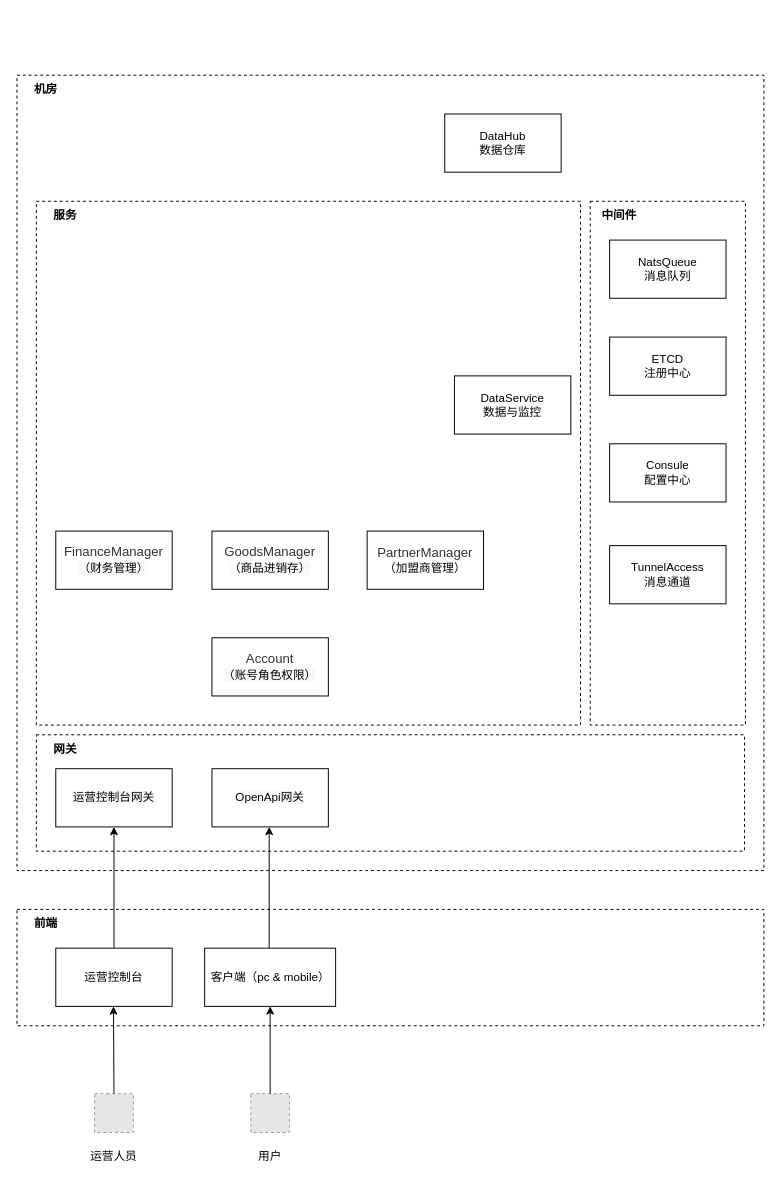
The draw.io diagram saas Diagram.drawio in gaoyong06/saas, before the edit. Source tidied: cells renumbered, new cells numbered last; positions are measured from the earlier drawing's top-left corner, leaving out a move shared by most shapes. Both pictures are drawn from the tidied source at 97%, with x=0, y=0 at pixel (16, 75). Pictures stored in the file or linked from it are replaced by grey dashed boxes.
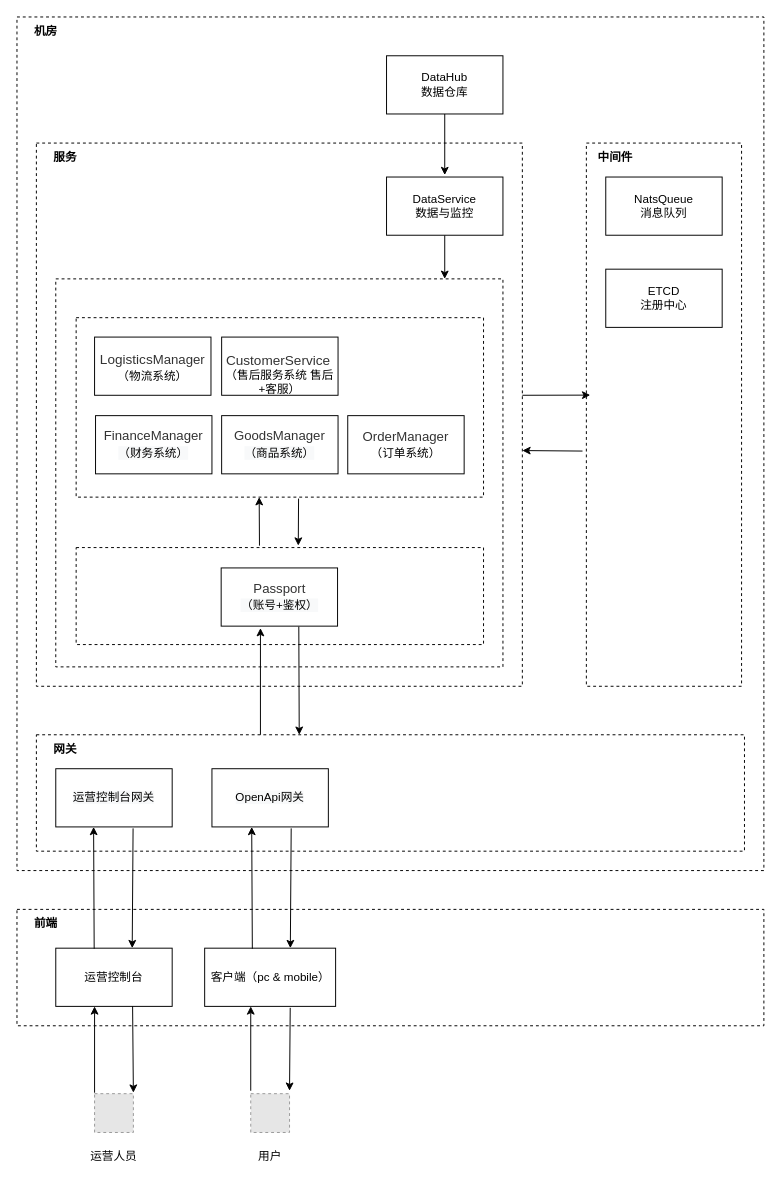
After the change.

Unchanged cells that the change refers to:
```xml
<mxCell id="2" style="rounded=0;whiteSpace=wrap;html=1;dashed=1;" parent="1" vertex="1">
  <mxGeometry y="860" width="770" height="120" as="geometry" />
</mxCell>
<mxCell id="4" value="运营控制台" style="rounded=0;whiteSpace=wrap;html=1;" parent="1" vertex="1">
  <mxGeometry x="40" y="900" width="120" height="60" as="geometry" />
</mxCell>
<mxCell id="5" value="客户端（pc &amp;amp; mobile）" style="rounded=0;whiteSpace=wrap;html=1;" parent="1" vertex="1">
  <mxGeometry x="193.5" y="900" width="135" height="60" as="geometry" />
</mxCell>
<mxCell id="10" value="&lt;span style=&quot;color: rgb(51 , 51 , 51) ; font-family: &amp;#34;tahoma&amp;#34; , &amp;#34;microsoft yahei&amp;#34; , , , &amp;#34;malgun gothic&amp;#34; , sans-serif ; font-size: 13.6px ; line-height: 16.8px ; text-align: left ; background-color: rgb(255 , 255 , 255)&quot;&gt;&lt;span style=&quot;color: rgb(0 , 0 , 0) ; font-size: 12px ; text-align: center ; background-color: rgb(248 , 249 , 250)&quot;&gt;运营控制台网关&lt;/span&gt;&lt;br&gt;&lt;/span&gt;" style="rounded=0;whiteSpace=wrap;html=1;" parent="1" vertex="1">
  <mxGeometry x="40" y="715" width="120" height="60" as="geometry" />
</mxCell>
<mxCell id="27" style="fillColor=#E6E6E6;strokeColor=#999999;dashed=1;html=1;verticalAlign=top;verticalLabelPosition=bottom;labelBackgroundColor=#ffffff;" parent="1" vertex="1">
  <mxGeometry x="80" y="1050" width="40" height="40" as="geometry" />
</mxCell>
<mxCell id="29" style="fillColor=#E6E6E6;strokeColor=#999999;dashed=1;html=1;verticalAlign=top;verticalLabelPosition=bottom;labelBackgroundColor=#ffffff;" parent="1" vertex="1">
  <mxGeometry x="241" y="1050" width="40" height="40" as="geometry" />
</mxCell>
```

Change to the diagram source:
```diff
@@
     <mxCell id="6" style="rounded=0;whiteSpace=wrap;html=1;dashed=1;" parent="1" vertex="1">
-      <mxGeometry width="770" height="820" as="geometry" />
+      <mxGeometry y="-60" width="770" height="880" as="geometry" />
     </mxCell>
@@
     <mxCell id="8" value="机房" style="text;html=1;strokeColor=none;fillColor=none;align=center;verticalAlign=middle;whiteSpace=wrap;rounded=0;dashed=1;fontStyle=1;" parent="1" vertex="1">
-      <mxGeometry width="60" height="30" as="geometry" />
+      <mxGeometry y="-60" width="60" height="30" as="geometry" />
     </mxCell>
@@
-    <mxCell id="12" style="endArrow=classic;html=1;rounded=0;entryX=0.5;entryY=1;entryDx=0;entryDy=0;exitX=0.5;exitY=0;exitDx=0;exitDy=0;" parent="1" edge="1" source="4" target="10">
-      <mxGeometry relative="1" as="geometry" />
-    </mxCell>
     <mxCell id="13" style="rounded=0;whiteSpace=wrap;html=1;dashed=1;" parent="1" vertex="1">
-      <mxGeometry x="591" y="130" width="160" height="540" as="geometry" />
+      <mxGeometry x="587" y="70" width="160" height="560" as="geometry" />
     </mxCell>
     <mxCell id="14" value="中间件" style="text;html=1;strokeColor=none;fillColor=none;align=center;verticalAlign=middle;whiteSpace=wrap;rounded=0;dashed=1;fontStyle=1;" parent="1" vertex="1">
-      <mxGeometry x="591" y="130" width="60" height="30" as="geometry" />
+      <mxGeometry x="587" y="70" width="60" height="30" as="geometry" />
     </mxCell>
-    <mxCell id="15" value="Consule&lt;br&gt;配置中心" style="rounded=0;whiteSpace=wrap;html=1;" parent="1" vertex="1">
-      <mxGeometry x="611" y="380" width="120" height="60" as="geometry" />
-    </mxCell>
     <mxCell id="16" value="NatsQueue&lt;br&gt;消息队列" style="rounded=0;whiteSpace=wrap;html=1;" parent="1" vertex="1">
-      <mxGeometry x="611" y="170" width="120" height="60" as="geometry" />
+      <mxGeometry x="607" y="105" width="120" height="60" as="geometry" />
     </mxCell>
     <mxCell id="17" value="ETCD&lt;br&gt;注册中心" style="rounded=0;whiteSpace=wrap;html=1;" parent="1" vertex="1">
-      <mxGeometry x="611" y="270" width="120" height="60" as="geometry" />
+      <mxGeometry x="607" y="200" width="120" height="60" as="geometry" />
     </mxCell>
-    <mxCell id="18" value="TunnelAccess&lt;br&gt;消息通道" style="rounded=0;whiteSpace=wrap;html=1;" parent="1" vertex="1">
-      <mxGeometry x="611" y="485" width="120" height="60" as="geometry" />
-    </mxCell>
-    <mxCell id="19" style="endArrow=classic;html=1;rounded=0;entryX=0.5;entryY=1;entryDx=0;entryDy=0;exitX=0.5;exitY=0;exitDx=0;exitDy=0;" parent="1" edge="1">
-      <mxGeometry relative="1" as="geometry">
-        <mxPoint x="260" y="900" as="sourcePoint" />
-        <mxPoint x="260" y="775" as="targetPoint" />
-      </mxGeometry>
-    </mxCell>
-    <mxCell id="20" value="DataHub&lt;br&gt;数据仓库" style="rounded=0;whiteSpace=wrap;html=1;" parent="1" vertex="1">
-      <mxGeometry x="441" y="40" width="120" height="60" as="geometry" />
-    </mxCell>
     <mxCell id="21" style="rounded=0;whiteSpace=wrap;html=1;dashed=1;" parent="1" vertex="1">
-      <mxGeometry x="20" y="130" width="561" height="540" as="geometry" />
+      <mxGeometry x="20" y="70" width="501" height="560" as="geometry" />
     </mxCell>
     <mxCell id="22" value="服务" style="text;html=1;strokeColor=none;fillColor=none;align=center;verticalAlign=middle;whiteSpace=wrap;rounded=0;dashed=1;fontStyle=1;" parent="1" vertex="1">
-      <mxGeometry x="20" y="130" width="60" height="30" as="geometry" />
+      <mxGeometry x="20" y="70" width="60" height="30" as="geometry" />
     </mxCell>
-    <mxCell id="23" value="&lt;span style=&quot;color: rgb(51 , 51 , 51) ; font-family: &amp;#34;tahoma&amp;#34; , &amp;#34;microsoft yahei&amp;#34; , , , &amp;#34;malgun gothic&amp;#34; , sans-serif ; font-size: 13.6px ; line-height: 16.8px ; text-align: left ; background-color: rgb(255 , 255 , 255)&quot;&gt;FinanceManager&lt;br&gt;&lt;span style=&quot;color: rgb(0 , 0 , 0) ; font-size: 12px ; text-align: center ; background-color: rgb(248 , 249 , 250)&quot;&gt;（财务管理&lt;/span&gt;&lt;span style=&quot;color: rgb(0 , 0 , 0) ; font-size: 12px ; text-align: center ; background-color: rgb(248 , 249 , 250)&quot;&gt;）&lt;/span&gt;&lt;br&gt;&lt;/span&gt;" style="rounded=0;whiteSpace=wrap;html=1;" parent="1" vertex="1">
-      <mxGeometry x="40" y="470" width="120" height="60" as="geometry" />
-    </mxCell>
-    <mxCell id="24" value="&lt;span style=&quot;color: rgb(51 , 51 , 51) ; font-family: &amp;#34;tahoma&amp;#34; , &amp;#34;microsoft yahei&amp;#34; , , , &amp;#34;malgun gothic&amp;#34; , sans-serif ; font-size: 13.6px ; line-height: 16.8px ; text-align: left ; background-color: rgb(255 , 255 , 255)&quot;&gt;Account&lt;br&gt;&lt;span style=&quot;color: rgb(0 , 0 , 0) ; font-size: 12px ; text-align: center ; background-color: rgb(248 , 249 , 250)&quot;&gt;（账号角色权限&lt;/span&gt;&lt;span style=&quot;color: rgb(0 , 0 , 0) ; font-size: 12px ; text-align: center ; background-color: rgb(248 , 249 , 250)&quot;&gt;）&lt;/span&gt;&lt;br&gt;&lt;/span&gt;" style="rounded=0;whiteSpace=wrap;html=1;" parent="1" vertex="1">
-      <mxGeometry x="201" y="580" width="120" height="60" as="geometry" />
-    </mxCell>
-    <mxCell id="25" value="&lt;span style=&quot;color: rgb(51 , 51 , 51) ; font-family: &amp;#34;tahoma&amp;#34; , &amp;#34;microsoft yahei&amp;#34; , , , &amp;#34;malgun gothic&amp;#34; , sans-serif ; font-size: 13.6px ; line-height: 16.8px ; text-align: left ; background-color: rgb(255 , 255 , 255)&quot;&gt;&lt;span style=&quot;font-family: &amp;#34;tahoma&amp;#34; , &amp;#34;microsoft yahei&amp;#34; , , , &amp;#34;malgun gothic&amp;#34; , sans-serif ; font-size: 13.6px ; line-height: 16.8px&quot;&gt;GoodsManager&lt;/span&gt;&lt;br&gt;&lt;span style=&quot;color: rgb(0 , 0 , 0) ; font-size: 12px ; text-align: center ; background-color: rgb(248 , 249 , 250)&quot;&gt;（商品进销存&lt;/span&gt;&lt;span style=&quot;color: rgb(0 , 0 , 0) ; font-size: 12px ; text-align: center ; background-color: rgb(248 , 249 , 250)&quot;&gt;）&lt;/span&gt;&lt;br&gt;&lt;/span&gt;" style="rounded=0;whiteSpace=wrap;html=1;" parent="1" vertex="1">
-      <mxGeometry x="201" y="470" width="120" height="60" as="geometry" />
-    </mxCell>
-    <mxCell id="26" value="DataService&lt;br&gt;数据与监控" style="rounded=0;whiteSpace=wrap;html=1;" parent="1" vertex="1">
-      <mxGeometry x="451" y="310" width="120" height="60" as="geometry" />
-    </mxCell>
@@
-    <mxCell id="28" value="&lt;span style=&quot;color: rgb(51 , 51 , 51) ; font-family: &amp;#34;tahoma&amp;#34; , &amp;#34;microsoft yahei&amp;#34; , , , &amp;#34;malgun gothic&amp;#34; , sans-serif ; font-size: 13.6px ; line-height: 16.8px ; text-align: left ; background-color: rgb(255 , 255 , 255)&quot;&gt;PartnerManager&lt;/span&gt;&lt;br&gt;（加盟商管理）" style="rounded=0;whiteSpace=wrap;html=1;" parent="1" vertex="1">
-      <mxGeometry x="361" y="470" width="120" height="60" as="geometry" />
-    </mxCell>
@@
-    <mxCell id="30" style="endArrow=classic;html=1;rounded=0;entryX=0.5;entryY=1;entryDx=0;entryDy=0;exitX=0.5;exitY=0;exitDx=0;exitDy=0;" parent="1" edge="1" source="27">
-      <mxGeometry relative="1" as="geometry">
-        <mxPoint x="99.5" y="960" as="targetPoint" />
-      </mxGeometry>
-    </mxCell>
-    <mxCell id="31" style="endArrow=classic;html=1;rounded=0;entryX=0.5;entryY=1;entryDx=0;entryDy=0;exitX=0.5;exitY=0;exitDx=0;exitDy=0;" parent="1" edge="1" source="29" target="5">
-      <mxGeometry relative="1" as="geometry" />
-    </mxCell>
@@
+    <mxCell id="34" style="endArrow=classic;html=1;rounded=0;entryX=0.5;entryY=0;entryDx=0;entryDy=0;exitX=0.5;exitY=1;exitDx=0;exitDy=0;" parent="1" edge="1">
+      <mxGeometry relative="1" as="geometry">
+        <mxPoint x="441" y="33" as="sourcePoint" />
+        <mxPoint x="441" y="103" as="targetPoint" />
+      </mxGeometry>
+    </mxCell>
+    <mxCell id="35" style="endArrow=classic;html=1;rounded=0;entryX=0.025;entryY=0.464;entryDx=0;entryDy=0;entryPerimeter=0;" parent="1" edge="1" target="13">
+      <mxGeometry relative="1" as="geometry">
+        <mxPoint x="521" y="330" as="sourcePoint" />
+      </mxGeometry>
+    </mxCell>
+    <mxCell id="36" style="endArrow=classic;html=1;rounded=0;exitX=-0.025;exitY=0.567;exitDx=0;exitDy=0;exitPerimeter=0;" parent="1" edge="1" source="13">
+      <mxGeometry relative="1" as="geometry">
+        <mxPoint x="521" y="387" as="targetPoint" />
+      </mxGeometry>
+    </mxCell>
+    <mxCell id="37" style="endArrow=classic;html=1;rounded=0;exitX=0;exitY=0;exitDx=0;exitDy=0;" parent="1" edge="1">
+      <mxGeometry relative="1" as="geometry">
+        <mxPoint x="80" y="1049" as="sourcePoint" />
+        <mxPoint x="80" y="960" as="targetPoint" />
+      </mxGeometry>
+    </mxCell>
+    <mxCell id="38" style="endArrow=classic;html=1;rounded=0;exitX=0.66;exitY=0.996;exitDx=0;exitDy=0;exitPerimeter=0;entryX=1;entryY=0;entryDx=0;entryDy=0;" parent="1" edge="1" source="4">
+      <mxGeometry relative="1" as="geometry">
+        <mxPoint x="120" y="1049" as="targetPoint" />
+      </mxGeometry>
+    </mxCell>
+    <mxCell id="39" style="endArrow=classic;html=1;rounded=0;exitX=0;exitY=0;exitDx=0;exitDy=0;entryX=0.315;entryY=1;entryDx=0;entryDy=0;entryPerimeter=0;" parent="1" edge="1">
+      <mxGeometry relative="1" as="geometry">
+        <mxPoint x="241" y="1047" as="sourcePoint" />
+        <mxPoint x="241" y="960" as="targetPoint" />
+      </mxGeometry>
+    </mxCell>
+    <mxCell id="40" style="endArrow=classic;html=1;rounded=0;exitX=0.616;exitY=1.025;exitDx=0;exitDy=0;exitPerimeter=0;entryX=1;entryY=0;entryDx=0;entryDy=0;" parent="1" edge="1">
+      <mxGeometry relative="1" as="geometry">
+        <mxPoint x="281.7" y="961.5" as="sourcePoint" />
+        <mxPoint x="281" y="1047" as="targetPoint" />
+      </mxGeometry>
+    </mxCell>
+    <mxCell id="41" style="endArrow=classic;html=1;rounded=0;exitX=0.364;exitY=0.01;exitDx=0;exitDy=0;entryX=0.315;entryY=1;entryDx=0;entryDy=0;entryPerimeter=0;exitPerimeter=0;" parent="1" edge="1" source="5">
+      <mxGeometry relative="1" as="geometry">
+        <mxPoint x="242" y="775" as="targetPoint" />
+      </mxGeometry>
+    </mxCell>
+    <mxCell id="42" style="endArrow=classic;html=1;rounded=0;exitX=0.616;exitY=1.025;exitDx=0;exitDy=0;exitPerimeter=0;entryX=0.366;entryY=0.333;entryDx=0;entryDy=0;entryPerimeter=0;" parent="1" edge="1" target="2">
+      <mxGeometry relative="1" as="geometry">
+        <mxPoint x="282.7" y="776.5" as="sourcePoint" />
+      </mxGeometry>
+    </mxCell>
+    <mxCell id="43" style="endArrow=classic;html=1;rounded=0;exitX=0.364;exitY=0.01;exitDx=0;exitDy=0;entryX=0.315;entryY=1;entryDx=0;entryDy=0;entryPerimeter=0;exitPerimeter=0;" parent="1" edge="1">
+      <mxGeometry relative="1" as="geometry">
+        <mxPoint x="79.6" y="900.6" as="sourcePoint" />
+        <mxPoint x="79" y="775" as="targetPoint" />
+      </mxGeometry>
+    </mxCell>
+    <mxCell id="44" style="endArrow=classic;html=1;rounded=0;exitX=0.616;exitY=1.025;exitDx=0;exitDy=0;exitPerimeter=0;entryX=0.366;entryY=0.333;entryDx=0;entryDy=0;entryPerimeter=0;" parent="1" edge="1">
+      <mxGeometry relative="1" as="geometry">
+        <mxPoint x="119.7" y="776.5" as="sourcePoint" />
+        <mxPoint x="118.8" y="900" as="targetPoint" />
+      </mxGeometry>
+    </mxCell>
+    <mxCell id="45" style="rounded=0;whiteSpace=wrap;html=1;dashed=1;" parent="1" vertex="1">
+      <mxGeometry x="40" y="210" width="461" height="400" as="geometry" />
+    </mxCell>
+    <mxCell id="46" style="rounded=0;whiteSpace=wrap;html=1;dashed=1;" parent="1" vertex="1">
+      <mxGeometry x="61" y="250" width="420" height="185" as="geometry" />
+    </mxCell>
+    <mxCell id="23" value="&lt;span style=&quot;color: rgb(51 , 51 , 51) ; font-family: &amp;#34;tahoma&amp;#34; , &amp;#34;microsoft yahei&amp;#34; , , , &amp;#34;malgun gothic&amp;#34; , sans-serif ; font-size: 13.6px ; line-height: 16.8px ; text-align: left ; background-color: rgb(255 , 255 , 255)&quot;&gt;FinanceManager&lt;br&gt;&lt;span style=&quot;color: rgb(0 , 0 , 0) ; font-size: 12px ; text-align: center ; background-color: rgb(248 , 249 , 250)&quot;&gt;（财务系统&lt;/span&gt;&lt;span style=&quot;color: rgb(0 , 0 , 0) ; font-size: 12px ; text-align: center ; background-color: rgb(248 , 249 , 250)&quot;&gt;）&lt;/span&gt;&lt;br&gt;&lt;/span&gt;" style="rounded=0;whiteSpace=wrap;html=1;" parent="1" vertex="1">
+      <mxGeometry x="81" y="351" width="120" height="60" as="geometry" />
+    </mxCell>
+    <mxCell id="25" value="&lt;span style=&quot;color: rgb(51 , 51 , 51) ; font-family: &amp;#34;tahoma&amp;#34; , &amp;#34;microsoft yahei&amp;#34; , , , &amp;#34;malgun gothic&amp;#34; , sans-serif ; font-size: 13.6px ; line-height: 16.8px ; text-align: left ; background-color: rgb(255 , 255 , 255)&quot;&gt;&lt;span style=&quot;font-family: &amp;#34;tahoma&amp;#34; , &amp;#34;microsoft yahei&amp;#34; , , , &amp;#34;malgun gothic&amp;#34; , sans-serif ; font-size: 13.6px ; line-height: 16.8px&quot;&gt;GoodsManager&lt;/span&gt;&lt;br&gt;&lt;span style=&quot;color: rgb(0 , 0 , 0) ; font-size: 12px ; text-align: center ; background-color: rgb(248 , 249 , 250)&quot;&gt;（商品系统&lt;/span&gt;&lt;span style=&quot;color: rgb(0 , 0 , 0) ; font-size: 12px ; text-align: center ; background-color: rgb(248 , 249 , 250)&quot;&gt;）&lt;/span&gt;&lt;br&gt;&lt;/span&gt;" style="rounded=0;whiteSpace=wrap;html=1;" parent="1" vertex="1">
+      <mxGeometry x="211" y="351" width="120" height="60" as="geometry" />
+    </mxCell>
+    <mxCell id="28" value="&lt;span style=&quot;color: rgb(51 , 51 , 51) ; font-family: &amp;#34;tahoma&amp;#34; , &amp;#34;microsoft yahei&amp;#34; , , , &amp;#34;malgun gothic&amp;#34; , sans-serif ; font-size: 13.6px ; line-height: 16.8px ; text-align: left ; background-color: rgb(255 , 255 , 255)&quot;&gt;OrderManager&lt;/span&gt;&lt;br&gt;（订单系统）" style="rounded=0;whiteSpace=wrap;html=1;" parent="1" vertex="1">
+      <mxGeometry x="341" y="351" width="120" height="60" as="geometry" />
+    </mxCell>
+    <mxCell id="47" value="&lt;span style=&quot;color: rgb(51 , 51 , 51) ; font-family: &amp;#34;tahoma&amp;#34; , &amp;#34;microsoft yahei&amp;#34; , , , &amp;#34;malgun gothic&amp;#34; , sans-serif ; font-size: 13.6px ; line-height: 16.8px ; text-align: left ; background-color: rgb(255 , 255 , 255)&quot;&gt;&lt;span style=&quot;font-family: &amp;#34;tahoma&amp;#34; , &amp;#34;microsoft yahei&amp;#34; , , , &amp;#34;malgun gothic&amp;#34; , sans-serif ; font-size: 14px ; line-height: 21px&quot;&gt;Logistics&lt;/span&gt;Manager&lt;/span&gt;&lt;br&gt;（物流系统）" style="rounded=0;whiteSpace=wrap;html=1;" parent="1" vertex="1">
+      <mxGeometry x="80" y="270" width="120" height="60" as="geometry" />
+    </mxCell>
+    <mxCell id="48" value="&lt;div style=&quot;text-align: left&quot;&gt;&lt;span style=&quot;font-size: 14px&quot;&gt;&lt;font color=&quot;#333333&quot;&gt;&amp;nbsp; &amp;nbsp; &amp;nbsp;CustomerService&lt;/font&gt;&lt;/span&gt;&lt;/div&gt;（售后服务系统 售后+客服）" style="rounded=0;whiteSpace=wrap;html=1;" parent="1" vertex="1">
+      <mxGeometry x="211" y="270" width="120" height="60" as="geometry" />
+    </mxCell>
+    <mxCell id="49" style="rounded=0;whiteSpace=wrap;html=1;dashed=1;" parent="1" vertex="1">
+      <mxGeometry x="61" y="487" width="420" height="100" as="geometry" />
+    </mxCell>
+    <mxCell id="24" value="&lt;span style=&quot;color: rgb(51 , 51 , 51) ; font-family: &amp;#34;tahoma&amp;#34; , &amp;#34;microsoft yahei&amp;#34; , , , &amp;#34;malgun gothic&amp;#34; , sans-serif ; font-size: 13.6px ; line-height: 16.8px ; text-align: left ; background-color: rgb(255 , 255 , 255)&quot;&gt;Passport&lt;br&gt;&lt;span style=&quot;color: rgb(0 , 0 , 0) ; font-size: 12px ; text-align: center ; background-color: rgb(248 , 249 , 250)&quot;&gt;（账号+鉴权&lt;/span&gt;&lt;span style=&quot;color: rgb(0 , 0 , 0) ; font-size: 12px ; text-align: center ; background-color: rgb(248 , 249 , 250)&quot;&gt;）&lt;/span&gt;&lt;br&gt;&lt;/span&gt;" style="rounded=0;whiteSpace=wrap;html=1;" parent="1" vertex="1">
+      <mxGeometry x="210.5" y="508" width="120" height="60" as="geometry" />
+    </mxCell>
+    <mxCell id="50" style="endArrow=classic;html=1;rounded=0;entryX=0.315;entryY=1;entryDx=0;entryDy=0;entryPerimeter=0;" parent="1" edge="1">
+      <mxGeometry relative="1" as="geometry">
+        <mxPoint x="250" y="485" as="sourcePoint" />
+        <mxPoint x="249.7" y="435" as="targetPoint" />
+      </mxGeometry>
+    </mxCell>
+    <mxCell id="51" style="endArrow=classic;html=1;rounded=0;exitX=0.616;exitY=1.025;exitDx=0;exitDy=0;exitPerimeter=0;" parent="1" edge="1">
+      <mxGeometry relative="1" as="geometry">
+        <mxPoint x="290.3" y="436.5" as="sourcePoint" />
+        <mxPoint x="290" y="485" as="targetPoint" />
+      </mxGeometry>
+    </mxCell>
+    <mxCell id="52" style="endArrow=classic;html=1;rounded=0;exitX=0.5;exitY=1;exitDx=0;exitDy=0;" parent="1" edge="1" source="26">
+      <mxGeometry relative="1" as="geometry">
+        <mxPoint x="441" y="210" as="targetPoint" />
+      </mxGeometry>
+    </mxCell>
+    <mxCell id="26" value="DataService&lt;br&gt;数据与监控" style="rounded=0;whiteSpace=wrap;html=1;" parent="1" vertex="1">
+      <mxGeometry x="381" y="105" width="120" height="60" as="geometry" />
+    </mxCell>
+    <mxCell id="20" value="DataHub&lt;br&gt;数据仓库" style="rounded=0;whiteSpace=wrap;html=1;" parent="1" vertex="1">
+      <mxGeometry x="381" y="-20" width="120" height="60" as="geometry" />
+    </mxCell>
+    <mxCell id="53" style="endArrow=classic;html=1;rounded=0;" parent="1" edge="1">
+      <mxGeometry relative="1" as="geometry">
+        <mxPoint x="251" y="680" as="sourcePoint" />
+        <mxPoint x="251" y="570" as="targetPoint" />
+      </mxGeometry>
+    </mxCell>
+    <mxCell id="54" style="endArrow=classic;html=1;rounded=0;exitX=0.667;exitY=1.008;exitDx=0;exitDy=0;exitPerimeter=0;" parent="1" edge="1" source="24">
+      <mxGeometry relative="1" as="geometry">
+        <mxPoint x="291" y="680" as="targetPoint" />
+      </mxGeometry>
+    </mxCell>
```
